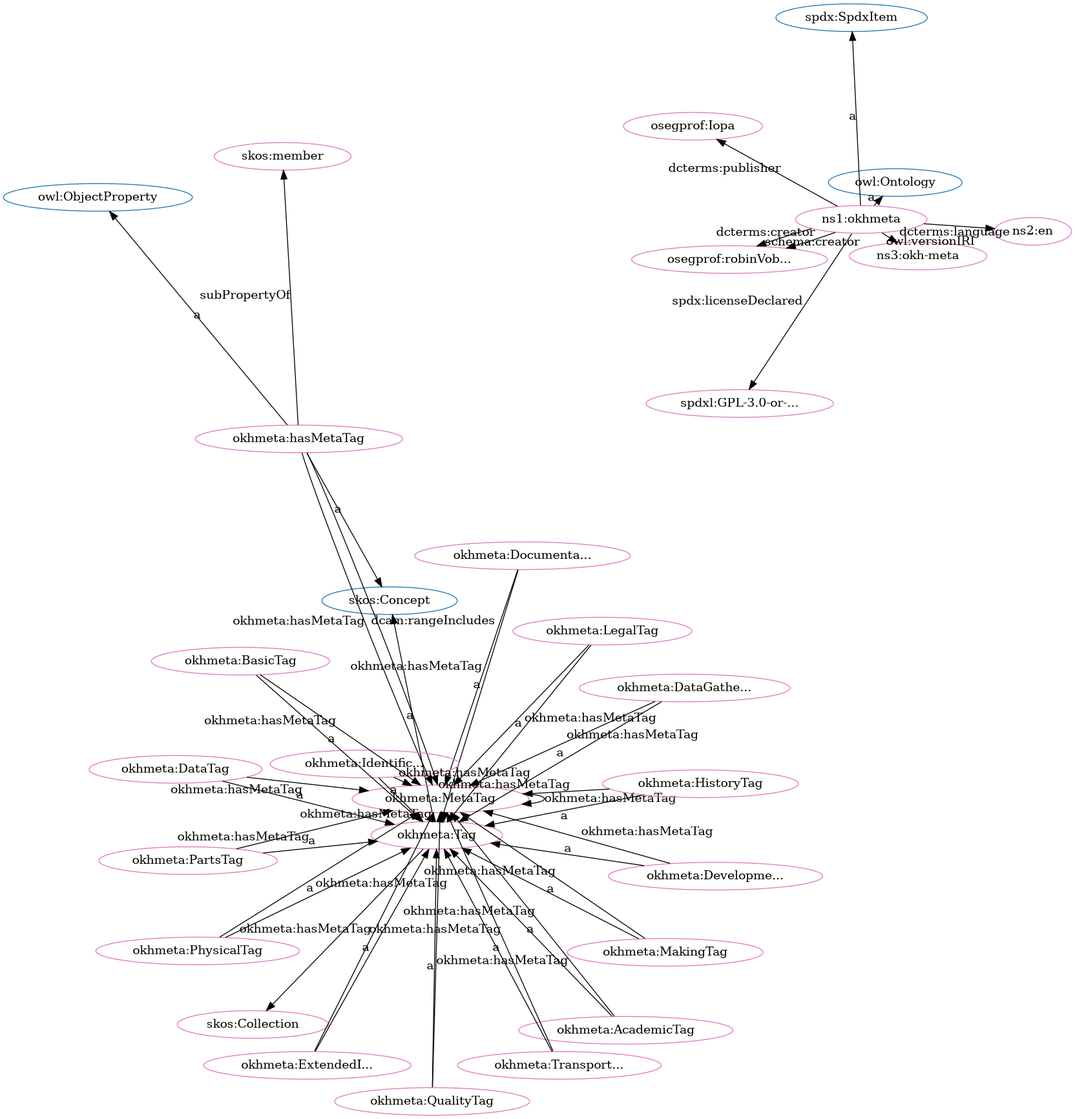
Earlier version of the Graphviz export src/spec/fdp_okh-meta.png (iop-alliance/OpenKnowHow). Its source is kept beside it as src/spec/fdp_okh-meta.dot.
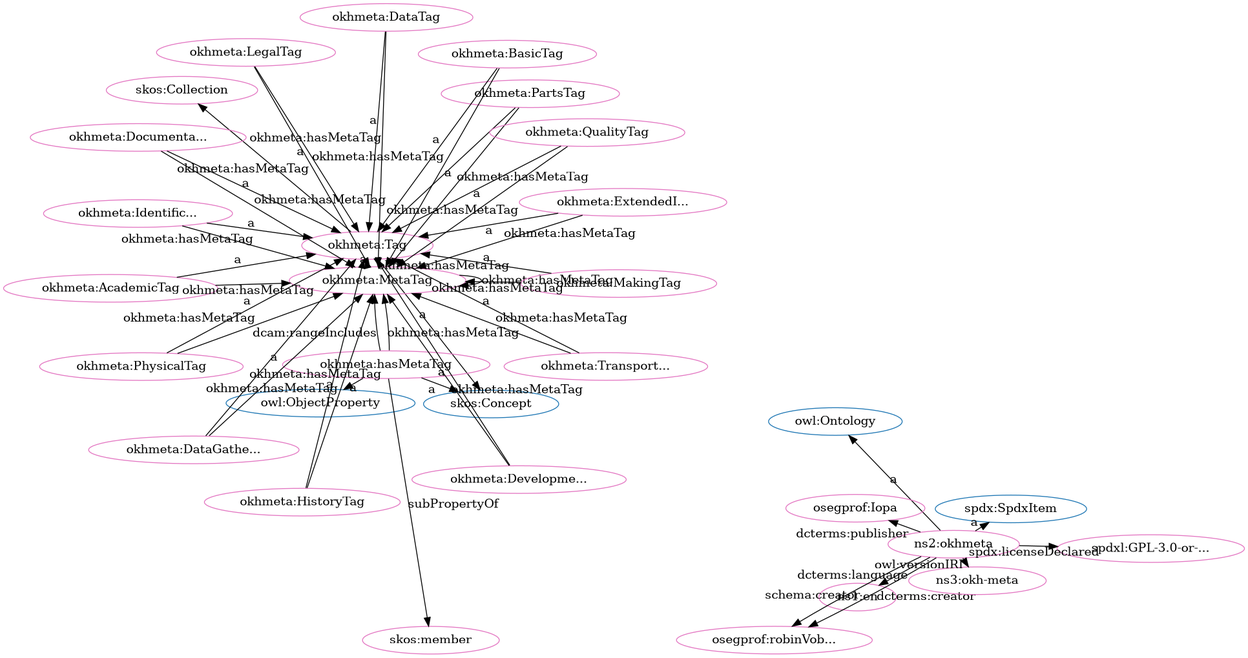
The same file after the commit.

The edit, as a diff of the source:
```diff
@@ -1,84 +1,84 @@
 digraph G {
   rankdir=BT
   node[height=.3]
+"http://www.w3.org/2004/02/skos/core#Concept" [fillcolor="#1f77b4" color="#1f77b4" label="skos:Concept"]
+"http://www.w3.org/2002/07/owl#ObjectProperty" [fillcolor="#1f77b4" color="#1f77b4" label="owl:ObjectProperty"]
+"http://www.w3.org/2002/07/owl#Ontology" [fillcolor="#1f77b4" color="#1f77b4" label="owl:Ontology"]
+"http://spdx.org/rdf/terms#SpdxItem" [fillcolor="#1f77b4" color="#1f77b4" label="spdx:SpdxItem"]
+"http://w3id.org/oseg/ont/okhmeta#Tag" [fillcolor="#1f77b4" color="#1f77b4" label="okhmeta:Tag"]
 "http://www.w3.org/2004/02/skos/core#Collection" [fillcolor="#1f77b4" color="#1f77b4" label="skos:Collection"]
-"http://w3id.org/oseg/ont/okhmeta#Tag" [fillcolor="#1f77b4" color="#1f77b4" label="okhmeta:Tag"]
-"http://www.w3.org/2002/07/owl#ObjectProperty" [fillcolor="#1f77b4" color="#1f77b4" label="owl:ObjectProperty"]
-"http://spdx.org/rdf/terms#SpdxItem" [fillcolor="#1f77b4" color="#1f77b4" label="spdx:SpdxItem"]
-"http://www.w3.org/2004/02/skos/core#Concept" [fillcolor="#1f77b4" color="#1f77b4" label="skos:Concept"]
-"http://www.w3.org/2002/07/owl#Ontology" [fillcolor="#1f77b4" color="#1f77b4" label="owl:Ontology"]
+"http://w3id.org/oseg/ont/okhmeta#IdentificationTag" [fillcolor="#e377c2" color="#e377c2" label="okhmeta:Identific..."]
+"http://w3id.org/oseg/ont/okhmeta#MetaTag" [fillcolor="#e377c2" color="#e377c2" label="okhmeta:MetaTag"]
+"http://w3id.org/oseg/ont/okhmeta#PhysicalTag" [fillcolor="#e377c2" color="#e377c2" label="okhmeta:PhysicalTag"]
+"http://w3id.org/oseg/ont/okhmeta#hasMetaTag" [fillcolor="#e377c2" color="#e377c2" label="okhmeta:hasMetaTag"]
+"http://w3id.org/oseg/ont/okhmeta#Tag" [fillcolor="#e377c2" color="#e377c2" label="okhmeta:Tag"]
+"http://w3id.org/oseg/ont/okhmeta#DocumentationTag" [fillcolor="#e377c2" color="#e377c2" label="okhmeta:Documenta..."]
+"http://w3id.org/oseg/ont/okhmeta#DevelopmentTag" [fillcolor="#e377c2" color="#e377c2" label="okhmeta:Developme..."]
+"http://www.w3.org/2004/02/skos/core#Collection" [fillcolor="#e377c2" color="#e377c2" label="skos:Collection"]
+"http://w3id.org/oseg/ont/okhmeta#AcademicTag" [fillcolor="#e377c2" color="#e377c2" label="okhmeta:AcademicTag"]
+"http://w3id.org/oseg/ont/okhmeta#DataGatheringTag" [fillcolor="#e377c2" color="#e377c2" label="okhmeta:DataGathe..."]
+"http://id.loc.gov/vocabulary/iso639-1/en" [fillcolor="#e377c2" color="#e377c2" label="ns1:en"]
+"http://w3id.org/oseg/ont/okhmeta#PartsTag" [fillcolor="#e377c2" color="#e377c2" label="okhmeta:PartsTag"]
+"http://w3id.org/oseg/ont/okhmeta" [fillcolor="#e377c2" color="#e377c2" label="ns2:okhmeta"]
+"http://w3id.org/oseg/ont/okhmeta#MakingTag" [fillcolor="#e377c2" color="#e377c2" label="okhmeta:MakingTag"]
+"http://spdx.org/licenses/GPL-3.0-or-later" [fillcolor="#e377c2" color="#e377c2" label="spdxl:GPL-3.0-or-..."]
+"http://w3id.org/oseg/ont/okhmeta#BasicTag" [fillcolor="#e377c2" color="#e377c2" label="okhmeta:BasicTag"]
+"http://w3id.org/oseg/ont/okhmeta#QualityTag" [fillcolor="#e377c2" color="#e377c2" label="okhmeta:QualityTag"]
+"http://w3id.org/oseg/ont/okhmeta#ExtendedInfoTag" [fillcolor="#e377c2" color="#e377c2" label="okhmeta:ExtendedI..."]
 "http://w3id.org/oseg/ont/okhmeta#DataTag" [fillcolor="#e377c2" color="#e377c2" label="okhmeta:DataTag"]
-"http://w3id.org/oseg/ont/okhmeta#PartsTag" [fillcolor="#e377c2" color="#e377c2" label="okhmeta:PartsTag"]
+"http://w3id.org/oseg/ont/oseg-profiles#Iopa" [fillcolor="#e377c2" color="#e377c2" label="osegprof:Iopa"]
+"http://w3id.org/oseg/ont/okhmeta#HistoryTag" [fillcolor="#e377c2" color="#e377c2" label="okhmeta:HistoryTag"]
+"http://w3id.org/oseg/ont/okhmeta#LegalTag" [fillcolor="#e377c2" color="#e377c2" label="okhmeta:LegalTag"]
+"http://w3id.org/oseg/ont/okhmeta#TransportationTag" [fillcolor="#e377c2" color="#e377c2" label="okhmeta:Transport..."]
 "http://w3id.org/oseg/ont/oseg-profiles#robinVobruba" [fillcolor="#e377c2" color="#e377c2" label="osegprof:robinVob..."]
-"http://w3id.org/oseg/ont/okhmeta#AcademicTag" [fillcolor="#e377c2" color="#e377c2" label="okhmeta:AcademicTag"]
-"http://w3id.org/oseg/ont/okhmeta#MakingTag" [fillcolor="#e377c2" color="#e377c2" label="okhmeta:MakingTag"]
-"http://w3id.org/oseg/ont/okhmeta" [fillcolor="#e377c2" color="#e377c2" label="ns1:okhmeta"]
-"http://w3id.org/oseg/ont/okhmeta#ExtendedInfoTag" [fillcolor="#e377c2" color="#e377c2" label="okhmeta:ExtendedI..."]
-"http://w3id.org/oseg/ont/okhmeta#Tag" [fillcolor="#e377c2" color="#e377c2" label="okhmeta:Tag"]
-"http://w3id.org/oseg/ont/okhmeta#MetaTag" [fillcolor="#e377c2" color="#e377c2" label="okhmeta:MetaTag"]
-"http://id.loc.gov/vocabulary/iso639-1/en" [fillcolor="#e377c2" color="#e377c2" label="ns2:en"]
-"http://w3id.org/oseg/ont/okhmeta#DataGatheringTag" [fillcolor="#e377c2" color="#e377c2" label="okhmeta:DataGathe..."]
-"http://w3id.org/oseg/ont/okhmeta#hasMetaTag" [fillcolor="#e377c2" color="#e377c2" label="okhmeta:hasMetaTag"]
-"http://w3id.org/oseg/ont/okhmeta#LegalTag" [fillcolor="#e377c2" color="#e377c2" label="okhmeta:LegalTag"]
-"http://w3id.org/oseg/ont/okhmeta#DocumentationTag" [fillcolor="#e377c2" color="#e377c2" label="okhmeta:Documenta..."]
-"http://w3id.org/oseg/ont/okhmeta#IdentificationTag" [fillcolor="#e377c2" color="#e377c2" label="okhmeta:Identific..."]
-"http://w3id.org/oseg/ont/oseg-profiles#Iopa" [fillcolor="#e377c2" color="#e377c2" label="osegprof:Iopa"]
-"http://www.w3.org/2004/02/skos/core#Collection" [fillcolor="#e377c2" color="#e377c2" label="skos:Collection"]
-"http://w3id.org/oseg/ont/okhmeta#DevelopmentTag" [fillcolor="#e377c2" color="#e377c2" label="okhmeta:Developme..."]
-"http://w3id.org/oseg/ont/okhmeta#HistoryTag" [fillcolor="#e377c2" color="#e377c2" label="okhmeta:HistoryTag"]
 "http://www.w3.org/2004/02/skos/core#member" [fillcolor="#e377c2" color="#e377c2" label="skos:member"]
-"http://spdx.org/licenses/GPL-3.0-or-later" [fillcolor="#e377c2" color="#e377c2" label="spdxl:GPL-3.0-or-..."]
 "http://w3id.org/oseg/ont/1.1.0/okh-meta" [fillcolor="#e377c2" color="#e377c2" label="ns3:okh-meta"]
-"http://w3id.org/oseg/ont/okhmeta#PhysicalTag" [fillcolor="#e377c2" color="#e377c2" label="okhmeta:PhysicalTag"]
-"http://w3id.org/oseg/ont/okhmeta#BasicTag" [fillcolor="#e377c2" color="#e377c2" label="okhmeta:BasicTag"]
-"http://w3id.org/oseg/ont/okhmeta#TransportationTag" [fillcolor="#e377c2" color="#e377c2" label="okhmeta:Transport..."]
-"http://w3id.org/oseg/ont/okhmeta#QualityTag" [fillcolor="#e377c2" color="#e377c2" label="okhmeta:QualityTag"]
+  "http://w3id.org/oseg/ont/okhmeta#IdentificationTag" -> "http://w3id.org/oseg/ont/okhmeta#Tag" [label="a"]
+  "http://w3id.org/oseg/ont/okhmeta#MetaTag" -> "http://w3id.org/oseg/ont/okhmeta#Tag" [label="a"]
+  "http://w3id.org/oseg/ont/okhmeta#TransportationTag" -> "http://w3id.org/oseg/ont/okhmeta#MetaTag" [label="okhmeta:hasMetaTag"]
+  "http://w3id.org/oseg/ont/okhmeta#hasMetaTag" -> "http://w3id.org/oseg/ont/okhmeta#MetaTag" [label="dcam:rangeIncludes"]
+  "http://w3id.org/oseg/ont/okhmeta#DocumentationTag" -> "http://w3id.org/oseg/ont/okhmeta#Tag" [label="a"]
+  "http://w3id.org/oseg/ont/okhmeta#LegalTag" -> "http://w3id.org/oseg/ont/okhmeta#MetaTag" [label="okhmeta:hasMetaTag"]
+  "http://w3id.org/oseg/ont/okhmeta" -> "http://id.loc.gov/vocabulary/iso639-1/en" [label="dcterms:language"]
+  "http://w3id.org/oseg/ont/okhmeta#PartsTag" -> "http://w3id.org/oseg/ont/okhmeta#MetaTag" [label="okhmeta:hasMetaTag"]
+  "http://w3id.org/oseg/ont/okhmeta#DataTag" -> "http://w3id.org/oseg/ont/okhmeta#MetaTag" [label="okhmeta:hasMetaTag"]
+  "http://w3id.org/oseg/ont/okhmeta#IdentificationTag" -> "http://w3id.org/oseg/ont/okhmeta#MetaTag" [label="okhmeta:hasMetaTag"]
+  "http://w3id.org/oseg/ont/okhmeta" -> "http://spdx.org/licenses/GPL-3.0-or-later" [label="spdx:licenseDeclared"]
+  "http://w3id.org/oseg/ont/okhmeta#DocumentationTag" -> "http://w3id.org/oseg/ont/okhmeta#MetaTag" [label="okhmeta:hasMetaTag"]
+  "http://w3id.org/oseg/ont/okhmeta#QualityTag" -> "http://w3id.org/oseg/ont/okhmeta#Tag" [label="a"]
+  "http://w3id.org/oseg/ont/okhmeta#ExtendedInfoTag" -> "http://w3id.org/oseg/ont/okhmeta#Tag" [label="a"]
+  "http://w3id.org/oseg/ont/okhmeta#DataTag" -> "http://w3id.org/oseg/ont/okhmeta#Tag" [label="a"]
+  "http://w3id.org/oseg/ont/okhmeta" -> "http://w3id.org/oseg/ont/oseg-profiles#Iopa" [label="dcterms:publisher"]
+  "http://w3id.org/oseg/ont/okhmeta#Tag" -> "http://w3id.org/oseg/ont/okhmeta#MetaTag" [label="okhmeta:hasMetaTag"]
+  "http://w3id.org/oseg/ont/okhmeta#TransportationTag" -> "http://w3id.org/oseg/ont/okhmeta#Tag" [label="a"]
+  "http://w3id.org/oseg/ont/okhmeta" -> "http://spdx.org/rdf/terms#SpdxItem" [label="a"]
+  "http://w3id.org/oseg/ont/okhmeta#QualityTag" -> "http://w3id.org/oseg/ont/okhmeta#MetaTag" [label="okhmeta:hasMetaTag"]
+  "http://w3id.org/oseg/ont/okhmeta#AcademicTag" -> "http://w3id.org/oseg/ont/okhmeta#MetaTag" [label="okhmeta:hasMetaTag"]
+  "http://w3id.org/oseg/ont/okhmeta#PhysicalTag" -> "http://w3id.org/oseg/ont/okhmeta#Tag" [label="a"]
+  "http://w3id.org/oseg/ont/okhmeta#ExtendedInfoTag" -> "http://w3id.org/oseg/ont/okhmeta#MetaTag" [label="okhmeta:hasMetaTag"]
+  "http://w3id.org/oseg/ont/okhmeta#hasMetaTag" -> "http://www.w3.org/2004/02/skos/core#Concept" [label="a"]
+  "http://w3id.org/oseg/ont/okhmeta#Tag" -> "http://www.w3.org/2004/02/skos/core#Concept" [label="a"]
+  "http://w3id.org/oseg/ont/okhmeta#DevelopmentTag" -> "http://w3id.org/oseg/ont/okhmeta#Tag" [label="a"]
+  "http://w3id.org/oseg/ont/okhmeta#Tag" -> "http://www.w3.org/2004/02/skos/core#Collection" [label=""]
+  "http://w3id.org/oseg/ont/okhmeta#AcademicTag" -> "http://w3id.org/oseg/ont/okhmeta#Tag" [label="a"]
+  "http://w3id.org/oseg/ont/okhmeta#DataGatheringTag" -> "http://w3id.org/oseg/ont/okhmeta#Tag" [label="a"]
+  "http://w3id.org/oseg/ont/okhmeta#hasMetaTag" -> "http://w3id.org/oseg/ont/okhmeta#MetaTag" [label="okhmeta:hasMetaTag"]
+  "http://w3id.org/oseg/ont/okhmeta#PhysicalTag" -> "http://w3id.org/oseg/ont/okhmeta#MetaTag" [label="okhmeta:hasMetaTag"]
   "http://w3id.org/oseg/ont/okhmeta" -> "http://www.w3.org/2002/07/owl#Ontology" [label="a"]
-  "http://w3id.org/oseg/ont/okhmeta#AcademicTag" -> "http://w3id.org/oseg/ont/okhmeta#MetaTag" [label="okhmeta:hasMetaTag"]
+  "http://w3id.org/oseg/ont/okhmeta#MakingTag" -> "http://w3id.org/oseg/ont/okhmeta#Tag" [label="a"]
+  "http://w3id.org/oseg/ont/okhmeta#DevelopmentTag" -> "http://w3id.org/oseg/ont/okhmeta#MetaTag" [label="okhmeta:hasMetaTag"]
+  "http://w3id.org/oseg/ont/okhmeta#HistoryTag" -> "http://w3id.org/oseg/ont/okhmeta#MetaTag" [label="okhmeta:hasMetaTag"]
+  "http://w3id.org/oseg/ont/okhmeta#BasicTag" -> "http://w3id.org/oseg/ont/okhmeta#Tag" [label="a"]
+  "http://w3id.org/oseg/ont/okhmeta#DataGatheringTag" -> "http://w3id.org/oseg/ont/okhmeta#MetaTag" [label="okhmeta:hasMetaTag"]
+  "http://w3id.org/oseg/ont/okhmeta#HistoryTag" -> "http://w3id.org/oseg/ont/okhmeta#Tag" [label="a"]
+  "http://w3id.org/oseg/ont/okhmeta#LegalTag" -> "http://w3id.org/oseg/ont/okhmeta#Tag" [label="a"]
+  "http://w3id.org/oseg/ont/okhmeta#hasMetaTag" -> "http://www.w3.org/2002/07/owl#ObjectProperty" [label="a"]
   "http://w3id.org/oseg/ont/okhmeta#MakingTag" -> "http://w3id.org/oseg/ont/okhmeta#MetaTag" [label="okhmeta:hasMetaTag"]
-  "http://w3id.org/oseg/ont/okhmeta#ExtendedInfoTag" -> "http://w3id.org/oseg/ont/okhmeta#MetaTag" [label="okhmeta:hasMetaTag"]
-  "http://w3id.org/oseg/ont/okhmeta#DataTag" -> "http://w3id.org/oseg/ont/okhmeta#MetaTag" [label="okhmeta:hasMetaTag"]
-  "http://w3id.org/oseg/ont/okhmeta#DataGatheringTag" -> "http://w3id.org/oseg/ont/okhmeta#Tag" [label="a"]
+  "http://w3id.org/oseg/ont/okhmeta" -> "http://w3id.org/oseg/ont/oseg-profiles#robinVobruba" [label="dcterms:creator"]
   "http://w3id.org/oseg/ont/okhmeta#MetaTag" -> "http://w3id.org/oseg/ont/okhmeta#MetaTag" [label="okhmeta:hasMetaTag"]
-  "http://w3id.org/oseg/ont/okhmeta#DevelopmentTag" -> "http://w3id.org/oseg/ont/okhmeta#MetaTag" [label="okhmeta:hasMetaTag"]
-  "http://w3id.org/oseg/ont/okhmeta#hasMetaTag" -> "http://www.w3.org/2004/02/skos/core#Concept" [label="a"]
-  "http://w3id.org/oseg/ont/okhmeta#LegalTag" -> "http://w3id.org/oseg/ont/okhmeta#Tag" [label="a"]
-  "http://w3id.org/oseg/ont/okhmeta#DataGatheringTag" -> "http://w3id.org/oseg/ont/okhmeta#MetaTag" [label="okhmeta:hasMetaTag"]
-  "http://w3id.org/oseg/ont/okhmeta#IdentificationTag" -> "http://w3id.org/oseg/ont/okhmeta#Tag" [label="a"]
-  "http://w3id.org/oseg/ont/okhmeta#PartsTag" -> "http://w3id.org/oseg/ont/okhmeta#MetaTag" [label="okhmeta:hasMetaTag"]
-  "http://w3id.org/oseg/ont/okhmeta#hasMetaTag" -> "http://w3id.org/oseg/ont/okhmeta#MetaTag" [label="dcam:rangeIncludes"]
-  "http://w3id.org/oseg/ont/okhmeta#DevelopmentTag" -> "http://w3id.org/oseg/ont/okhmeta#Tag" [label="a"]
-  "http://w3id.org/oseg/ont/okhmeta#HistoryTag" -> "http://w3id.org/oseg/ont/okhmeta#Tag" [label="a"]
-  "http://w3id.org/oseg/ont/okhmeta" -> "http://spdx.org/licenses/GPL-3.0-or-later" [label="spdx:licenseDeclared"]
-  "http://w3id.org/oseg/ont/okhmeta#IdentificationTag" -> "http://w3id.org/oseg/ont/okhmeta#MetaTag" [label="okhmeta:hasMetaTag"]
-  "http://w3id.org/oseg/ont/okhmeta#PhysicalTag" -> "http://w3id.org/oseg/ont/okhmeta#Tag" [label="a"]
-  "http://w3id.org/oseg/ont/okhmeta#BasicTag" -> "http://w3id.org/oseg/ont/okhmeta#Tag" [label="a"]
-  "http://w3id.org/oseg/ont/okhmeta#TransportationTag" -> "http://w3id.org/oseg/ont/okhmeta#Tag" [label="a"]
-  "http://w3id.org/oseg/ont/okhmeta#QualityTag" -> "http://w3id.org/oseg/ont/okhmeta#MetaTag" [label="okhmeta:hasMetaTag"]
-  "http://w3id.org/oseg/ont/okhmeta#DataTag" -> "http://w3id.org/oseg/ont/okhmeta#Tag" [label="a"]
+  "http://w3id.org/oseg/ont/okhmeta" -> "http://w3id.org/oseg/ont/oseg-profiles#robinVobruba" [label="schema:creator"]
+  "http://w3id.org/oseg/ont/okhmeta#hasMetaTag" -> "http://www.w3.org/2004/02/skos/core#member" [label="subPropertyOf"]
+  "http://w3id.org/oseg/ont/okhmeta#BasicTag" -> "http://w3id.org/oseg/ont/okhmeta#MetaTag" [label="okhmeta:hasMetaTag"]
   "http://w3id.org/oseg/ont/okhmeta#PartsTag" -> "http://w3id.org/oseg/ont/okhmeta#Tag" [label="a"]
-  "http://w3id.org/oseg/ont/okhmeta#AcademicTag" -> "http://w3id.org/oseg/ont/okhmeta#Tag" [label="a"]
-  "http://w3id.org/oseg/ont/okhmeta" -> "http://w3id.org/oseg/ont/oseg-profiles#robinVobruba" [label="dcterms:creator"]
-  "http://w3id.org/oseg/ont/okhmeta#MakingTag" -> "http://w3id.org/oseg/ont/okhmeta#Tag" [label="a"]
-  "http://w3id.org/oseg/ont/okhmeta#ExtendedInfoTag" -> "http://w3id.org/oseg/ont/okhmeta#Tag" [label="a"]
-  "http://w3id.org/oseg/ont/okhmeta#Tag" -> "http://www.w3.org/2004/02/skos/core#Concept" [label="a"]
-  "http://w3id.org/oseg/ont/okhmeta#MetaTag" -> "http://w3id.org/oseg/ont/okhmeta#Tag" [label="a"]
-  "http://w3id.org/oseg/ont/okhmeta#DocumentationTag" -> "http://w3id.org/oseg/ont/okhmeta#MetaTag" [label="okhmeta:hasMetaTag"]
-  "http://w3id.org/oseg/ont/okhmeta#hasMetaTag" -> "http://w3id.org/oseg/ont/okhmeta#MetaTag" [label="okhmeta:hasMetaTag"]
-  "http://w3id.org/oseg/ont/okhmeta" -> "http://id.loc.gov/vocabulary/iso639-1/en" [label="dcterms:language"]
-  "http://w3id.org/oseg/ont/okhmeta" -> "http://w3id.org/oseg/ont/oseg-profiles#robinVobruba" [label="schema:creator"]
-  "http://w3id.org/oseg/ont/okhmeta#LegalTag" -> "http://w3id.org/oseg/ont/okhmeta#MetaTag" [label="okhmeta:hasMetaTag"]
-  "http://w3id.org/oseg/ont/okhmeta#DocumentationTag" -> "http://w3id.org/oseg/ont/okhmeta#Tag" [label="a"]
-  "http://w3id.org/oseg/ont/okhmeta#PhysicalTag" -> "http://w3id.org/oseg/ont/okhmeta#MetaTag" [label="okhmeta:hasMetaTag"]
-  "http://w3id.org/oseg/ont/okhmeta#TransportationTag" -> "http://w3id.org/oseg/ont/okhmeta#MetaTag" [label="okhmeta:hasMetaTag"]
-  "http://w3id.org/oseg/ont/okhmeta" -> "http://w3id.org/oseg/ont/oseg-profiles#Iopa" [label="dcterms:publisher"]
-  "http://w3id.org/oseg/ont/okhmeta" -> "http://spdx.org/rdf/terms#SpdxItem" [label="a"]
-  "http://w3id.org/oseg/ont/okhmeta#Tag" -> "http://www.w3.org/2004/02/skos/core#Collection" [label=""]
-  "http://w3id.org/oseg/ont/okhmeta#hasMetaTag" -> "http://www.w3.org/2002/07/owl#ObjectProperty" [label="a"]
-  "http://w3id.org/oseg/ont/okhmeta#hasMetaTag" -> "http://www.w3.org/2004/02/skos/core#member" [label="subPropertyOf"]
   "http://w3id.org/oseg/ont/okhmeta" -> "http://w3id.org/oseg/ont/1.1.0/okh-meta" [label="owl:versionIRI"]
-  "http://w3id.org/oseg/ont/okhmeta#HistoryTag" -> "http://w3id.org/oseg/ont/okhmeta#MetaTag" [label="okhmeta:hasMetaTag"]
-  "http://w3id.org/oseg/ont/okhmeta#QualityTag" -> "http://w3id.org/oseg/ont/okhmeta#Tag" [label="a"]
-  "http://w3id.org/oseg/ont/okhmeta#BasicTag" -> "http://w3id.org/oseg/ont/okhmeta#MetaTag" [label="okhmeta:hasMetaTag"]
-  "http://w3id.org/oseg/ont/okhmeta#Tag" -> "http://w3id.org/oseg/ont/okhmeta#MetaTag" [label="okhmeta:hasMetaTag"]
 }
```
